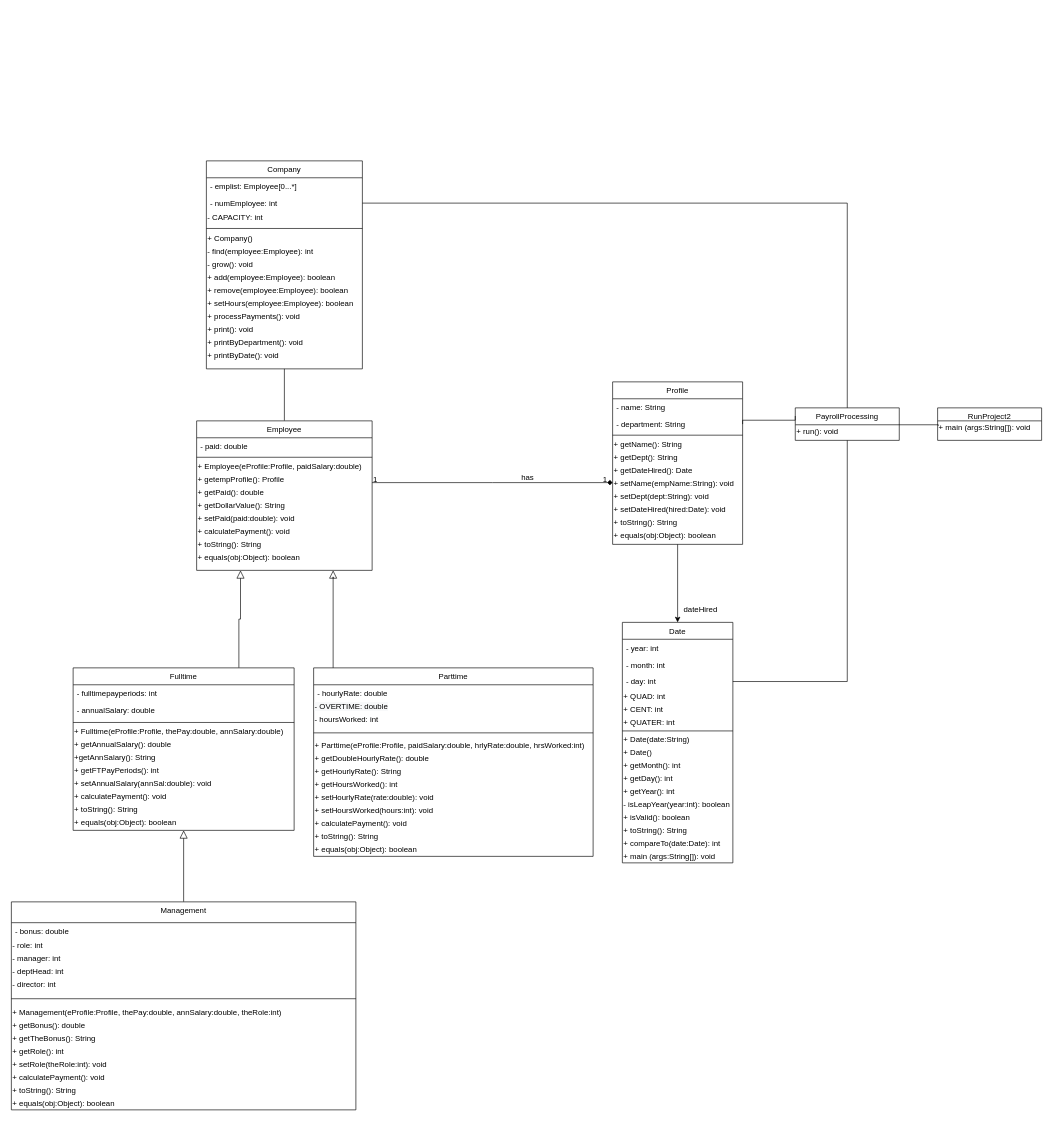
Before: Project 2 Diagram.drawio in CeceliaCD/Project2-PayrollProcessingSys, a draw.io diagram. Source tidied: cells renumbered, new cells numbered last; positions are measured from the earlier drawing's top-left corner, leaving out a move shared by most shapes. Both pictures are drawn from the tidied source at 65%, with x=0, y=0 at pixel (11, 161).
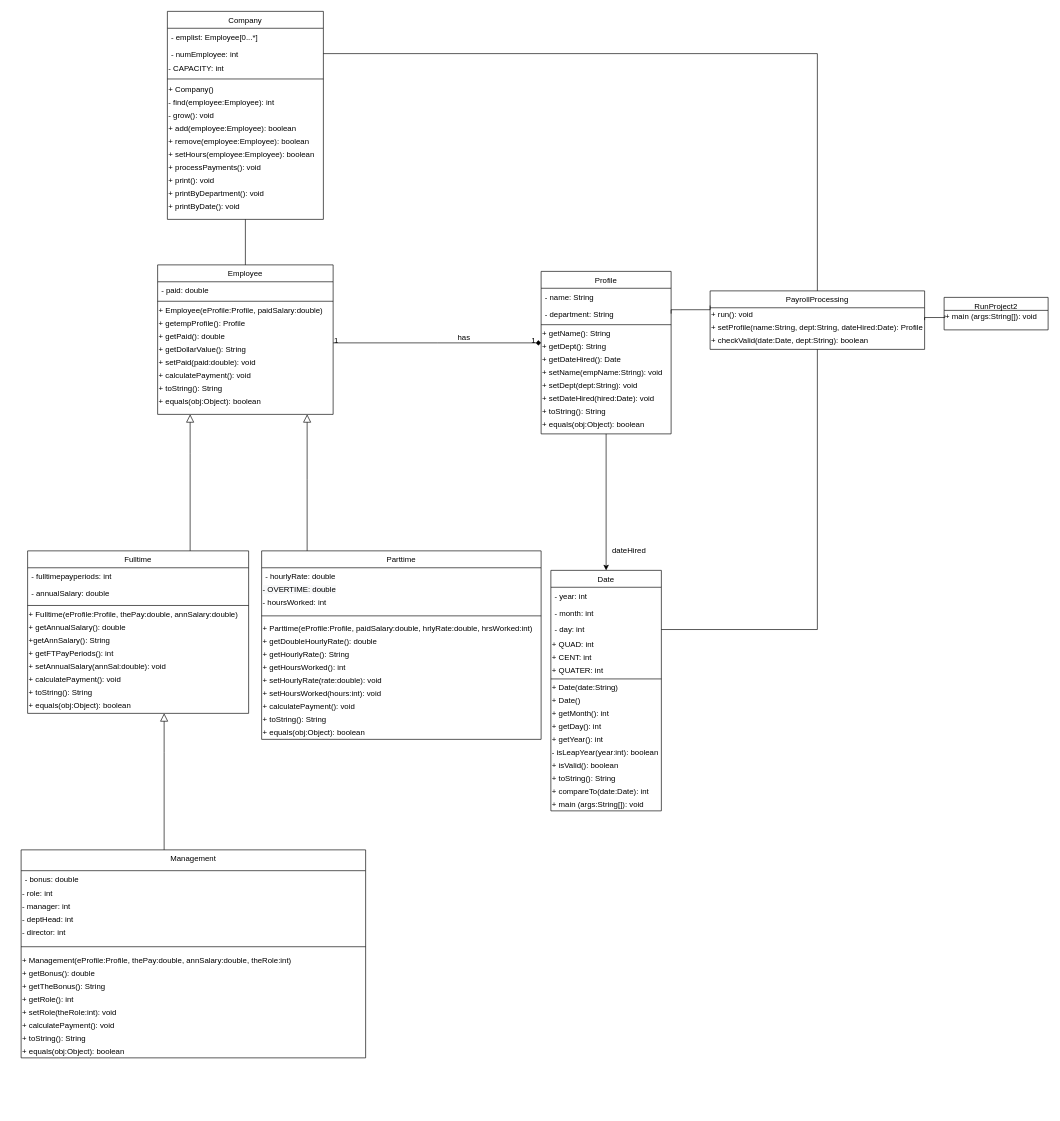
The same diagram, later.

The edit, as a diff of the source:
```diff
@@
     <mxCell id="3" value="Employee" style="swimlane;fontStyle=0;align=center;verticalAlign=top;horizontal=1;startSize=26;rounded=0;shadow=0;strokeWidth=1;" parent="1" vertex="1">
-      <mxGeometry x="285" y="400" width="270" height="230" as="geometry" />
+      <mxGeometry x="225" y="160" width="270" height="230" as="geometry" />
     </mxCell>
@@
-    <mxCell id="14" style="edgeStyle=elbowEdgeStyle;rounded=0;jettySize=auto;elbow=vertical;html=1;exitX=0.75;exitY=0;exitDx=0;exitDy=0;entryX=0.25;entryY=1;entryDx=0;entryDy=0;endArrow=block;endFill=0;endSize=10;" parent="1" edge="1" source="15" target="3">
-      <mxGeometry relative="1" as="geometry" />
-    </mxCell>
     <mxCell id="15" value="Fulltime" style="swimlane;fontStyle=0;align=center;verticalAlign=top;horizontal=1;startSize=26;rounded=0;shadow=0;strokeWidth=1;" parent="1" vertex="1">
-      <mxGeometry x="95" y="780" width="340" height="250" as="geometry" />
+      <mxGeometry x="25" y="600" width="340" height="250" as="geometry" />
     </mxCell>
@@
     <mxCell id="27" value="Parttime" style="swimlane;fontStyle=0;align=center;verticalAlign=top;horizontal=1;startSize=26;rounded=0;shadow=0;strokeWidth=1;" parent="1" vertex="1">
-      <mxGeometry x="465" y="780" width="430" height="290" as="geometry" />
+      <mxGeometry x="385" y="600" width="430" height="290" as="geometry" />
     </mxCell>
@@
     <mxCell id="41" style="endArrow=block;endSize=10;endFill=0;shadow=0;strokeWidth=1;rounded=0;edgeStyle=elbowEdgeStyle;elbow=vertical;" parent="1" edge="1" source="27" target="3">
       <mxGeometry relative="1" as="geometry">
         <Array as="points">
+          <mxPoint x="455" y="490" />
+          <mxPoint x="465" y="520" />
+          <mxPoint x="495" y="450" />
           <mxPoint x="495" y="640" />
         </Array>
       </mxGeometry>
     </mxCell>
@@
     <mxCell id="43" value="Profile" style="swimlane;fontStyle=0;align=center;verticalAlign=top;horizontal=1;startSize=26;rounded=0;shadow=0;strokeWidth=1;" parent="1" vertex="1">
-      <mxGeometry x="925" y="340" width="200" height="250" as="geometry" />
+      <mxGeometry x="815" y="170" width="200" height="250" as="geometry" />
     </mxCell>
@@
-    <mxCell id="59" style="edgeStyle=orthogonalEdgeStyle;rounded=0;jettySize=auto;html=1;endArrow=block;endFill=0;entryX=0.5;entryY=1;entryDx=0;entryDy=0;endSize=10;" parent="1" edge="1" source="60" target="15">
-      <mxGeometry relative="1" as="geometry" />
-    </mxCell>
     <mxCell id="60" value="Management" style="swimlane;fontStyle=0;align=center;verticalAlign=top;horizontal=1;startSize=32;rounded=0;shadow=0;strokeWidth=1;" parent="1" vertex="1">
-      <mxGeometry y="1140" width="530" height="320" as="geometry" />
+      <mxGeometry x="15" y="1060" width="530" height="320" as="geometry" />
     </mxCell>
@@
     <mxCell id="75" value="Company" style="swimlane;fontStyle=0;align=center;verticalAlign=top;horizontal=1;startSize=26;rounded=0;shadow=0;strokeWidth=1;" parent="1" vertex="1">
-      <mxGeometry x="300" width="240" height="320" as="geometry" />
+      <mxGeometry x="240" y="-230" width="240" height="320" as="geometry" />
     </mxCell>
@@
     <mxCell id="91" value="PayrollProcessing" style="swimlane;fontStyle=0;align=center;verticalAlign=top;horizontal=1;startSize=26;rounded=0;shadow=0;strokeWidth=1;" parent="1" vertex="1">
-      <mxGeometry x="1206" y="380" width="160" height="50" as="geometry" />
+      <mxGeometry x="1075" y="200" width="330" height="90" as="geometry" />
     </mxCell>
     <mxCell id="92" value="+ run(): void" style="text;html=1;align=left;verticalAlign=middle;" parent="91" vertex="1">
-      <mxGeometry y="26" width="160" height="20" as="geometry" />
+      <mxGeometry y="26" width="330" height="20" as="geometry" />
     </mxCell>
+    <mxCell id="117" value="+ setProfile(name:String, dept:String, dateHired:Date): Profile" style="text;html=1;align=left;verticalAlign=middle;" parent="91" vertex="1">
+      <mxGeometry y="46" width="330" height="20" as="geometry" />
+    </mxCell>
+    <mxCell id="118" value="+ checkValid(date:Date, dept:String): boolean" style="text;html=1;align=left;verticalAlign=middle;" parent="91" vertex="1">
+      <mxGeometry y="66" width="330" height="20" as="geometry" />
+    </mxCell>
     <mxCell id="93" value="Date" style="swimlane;fontStyle=0;align=center;verticalAlign=top;horizontal=1;startSize=26;rounded=0;shadow=0;strokeWidth=1;" parent="1" vertex="1">
-      <mxGeometry x="940" y="710" width="170" height="370" as="geometry" />
+      <mxGeometry x="830" y="630" width="170" height="370" as="geometry" />
     </mxCell>
@@
     <mxCell id="111" value="RunProject2" style="swimlane;fontStyle=0;align=center;verticalAlign=top;horizontal=1;startSize=20;rounded=0;shadow=0;strokeWidth=1;" parent="1" vertex="1">
-      <mxGeometry x="1425" y="380" width="160" height="50" as="geometry" />
+      <mxGeometry x="1435" y="210" width="160" height="50" as="geometry" />
     </mxCell>
@@
     <mxCell id="115" value="dateHired" style="text;html=1;align=center;verticalAlign=middle;" parent="1" vertex="1">
-      <mxGeometry x="1025" y="680" width="70" height="20" as="geometry" />
+      <mxGeometry x="915" y="590" width="70" height="20" as="geometry" />
     </mxCell>
@@
+    <mxCell id="119" style="endArrow=block;endSize=10;endFill=0;shadow=0;strokeWidth=1;rounded=0;edgeStyle=elbowEdgeStyle;elbow=vertical;" parent="1" edge="1">
+      <mxGeometry relative="1" as="geometry">
+        <mxPoint x="275" y="600" as="sourcePoint" />
+        <mxPoint x="275" y="390" as="targetPoint" />
+        <Array as="points">
+          <mxPoint x="275" y="450" />
+          <mxPoint x="275" y="640" />
+        </Array>
+      </mxGeometry>
+    </mxCell>
+    <mxCell id="120" style="endArrow=block;endSize=10;endFill=0;shadow=0;strokeWidth=1;rounded=0;edgeStyle=elbowEdgeStyle;elbow=vertical;" parent="1" edge="1">
+      <mxGeometry relative="1" as="geometry">
+        <mxPoint x="235" y="1060" as="sourcePoint" />
+        <mxPoint x="235" y="850" as="targetPoint" />
+        <Array as="points">
+          <mxPoint x="235" y="910" />
+          <mxPoint x="235" y="1100" />
+        </Array>
+      </mxGeometry>
+    </mxCell>
```
